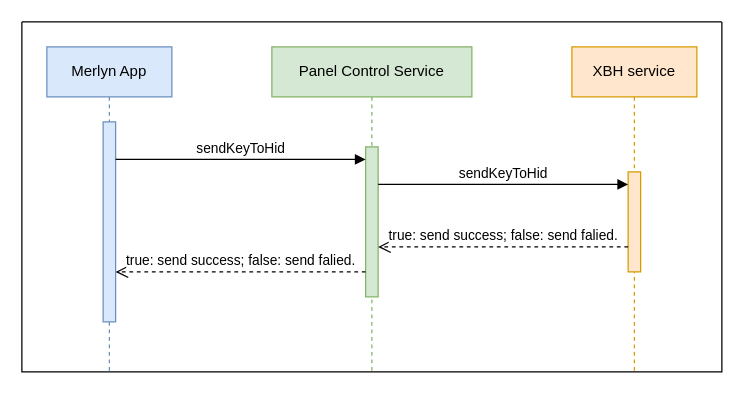
The draw.io diagram prometheanworld_RCU_virtual_keyboard.drawio in windboat/draw.io, before the edit. Source tidied: cells renumbered, new cells numbered last; positions are measured from the earlier drawing's top-left corner, leaving out a move shared by most shapes. Both pictures are drawn from the tidied source at 125%, with x=0, y=0 at pixel (21, 21).
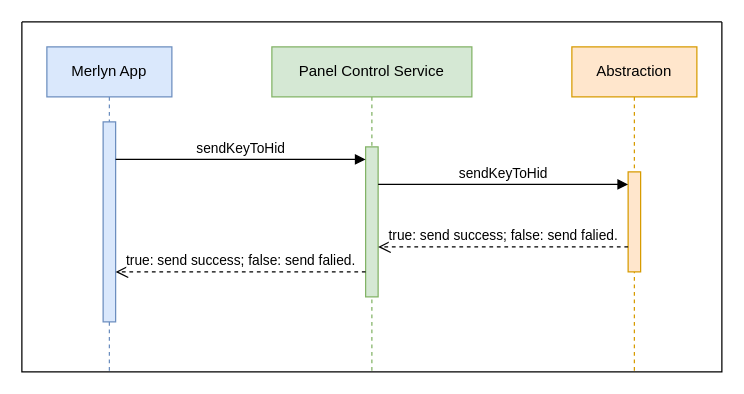
The same diagram, later.

The edit, as a diff of the source:
```diff
@@
 <mxGraphModel>
   <root>
     <mxCell id="0" />
     <mxCell id="1" parent="0" />
     <mxCell id="2" style="swimlane;startSize=0;swimlaneFillColor=none;" parent="1" vertex="1">
       <mxGeometry width="560" height="280" as="geometry" />
     </mxCell>
     <mxCell id="3" value="Merlyn App" style="shape=umlLifeline;perimeter=lifelinePerimeter;whiteSpace=wrap;html=1;newEdgeStyle={&quot;edgeStyle&quot;:&quot;elbowEdgeStyle&quot;,&quot;elbow&quot;:&quot;vertical&quot;,&quot;curved&quot;:0,&quot;rounded&quot;:0};fillColor=#dae8fc;strokeColor=#6c8ebf;" parent="2" vertex="1">
       <mxGeometry x="20" y="20" width="100" height="260" as="geometry" />
     </mxCell>
     <mxCell id="4" style="html=1;perimeter=orthogonalPerimeter;targetShapes=umlLifeline;newEdgeStyle={&quot;edgeStyle&quot;:&quot;elbowEdgeStyle&quot;,&quot;elbow&quot;:&quot;vertical&quot;,&quot;curved&quot;:0,&quot;rounded&quot;:0};fillColor=#dae8fc;strokeColor=#6c8ebf;" parent="3" vertex="1">
       <mxGeometry x="45" y="60" width="10" height="160" as="geometry" />
     </mxCell>
     <mxCell id="5" value="Panel Control Service" style="shape=umlLifeline;perimeter=lifelinePerimeter;whiteSpace=wrap;html=1;newEdgeStyle={&quot;edgeStyle&quot;:&quot;elbowEdgeStyle&quot;,&quot;elbow&quot;:&quot;vertical&quot;,&quot;curved&quot;:0,&quot;rounded&quot;:0};fillColor=#d5e8d4;strokeColor=#82b366;" parent="2" vertex="1">
       <mxGeometry x="200" y="20" width="160" height="260" as="geometry" />
     </mxCell>
     <mxCell id="6" style="html=1;perimeter=orthogonalPerimeter;targetShapes=umlLifeline;newEdgeStyle={&quot;edgeStyle&quot;:&quot;elbowEdgeStyle&quot;,&quot;elbow&quot;:&quot;vertical&quot;,&quot;curved&quot;:0,&quot;rounded&quot;:0};fillColor=#d5e8d4;strokeColor=#82b366;" parent="5" vertex="1">
       <mxGeometry x="75" y="80" width="10" height="120" as="geometry" />
     </mxCell>
-    <mxCell id="7" value="XBH service" style="shape=umlLifeline;perimeter=lifelinePerimeter;whiteSpace=wrap;html=1;newEdgeStyle={&quot;edgeStyle&quot;:&quot;elbowEdgeStyle&quot;,&quot;elbow&quot;:&quot;vertical&quot;,&quot;curved&quot;:0,&quot;rounded&quot;:0};fillColor=#ffe6cc;strokeColor=#d79b00;" parent="2" vertex="1">
+    <mxCell id="7" value="Abstraction" style="shape=umlLifeline;perimeter=lifelinePerimeter;whiteSpace=wrap;html=1;newEdgeStyle={&quot;edgeStyle&quot;:&quot;elbowEdgeStyle&quot;,&quot;elbow&quot;:&quot;vertical&quot;,&quot;curved&quot;:0,&quot;rounded&quot;:0};fillColor=#ffe6cc;strokeColor=#d79b00;" parent="2" vertex="1">
       <mxGeometry x="440" y="20" width="100" height="260" as="geometry" />
     </mxCell>
     <mxCell id="8" style="html=1;perimeter=orthogonalPerimeter;targetShapes=umlLifeline;newEdgeStyle={&quot;edgeStyle&quot;:&quot;elbowEdgeStyle&quot;,&quot;elbow&quot;:&quot;vertical&quot;,&quot;curved&quot;:0,&quot;rounded&quot;:0};fillColor=#ffe6cc;strokeColor=#d79b00;" parent="7" vertex="1">
       <mxGeometry x="45" y="100" width="10" height="80" as="geometry" />
     </mxCell>
     <mxCell id="9" value="sendKeyToHid" style="html=1;verticalAlign=bottom;endArrow=block;edgeStyle=elbowEdgeStyle;elbow=horizontal;curved=0;rounded=0;" parent="2" edge="1">
       <mxGeometry relative="1" as="geometry">
         <mxPoint x="75" y="110" as="sourcePoint" />
         <mxPoint x="275" y="110" as="targetPoint" />
       </mxGeometry>
     </mxCell>
     <mxCell id="10" value="sendKeyToHid" style="html=1;verticalAlign=bottom;endArrow=block;edgeStyle=elbowEdgeStyle;elbow=vertical;curved=0;rounded=0;" parent="2" edge="1">
       <mxGeometry relative="1" as="geometry">
         <mxPoint x="285" y="130" as="sourcePoint" />
         <mxPoint x="485" y="130" as="targetPoint" />
       </mxGeometry>
     </mxCell>
     <mxCell id="11" value="true: send success; false: send falied." style="html=1;verticalAlign=bottom;endArrow=open;dashed=1;endSize=8;edgeStyle=elbowEdgeStyle;elbow=vertical;curved=0;rounded=0;" parent="2" edge="1">
       <mxGeometry relative="1" as="geometry">
         <mxPoint x="485" y="180" as="sourcePoint" />
         <mxPoint x="285" y="180" as="targetPoint" />
       </mxGeometry>
     </mxCell>
     <mxCell id="12" value="true: send success; false: send falied." style="html=1;verticalAlign=bottom;endArrow=open;dashed=1;endSize=8;edgeStyle=elbowEdgeStyle;elbow=vertical;curved=0;rounded=0;" parent="2" edge="1">
       <mxGeometry relative="1" as="geometry">
         <mxPoint x="275" y="200" as="sourcePoint" />
         <mxPoint x="75" y="200" as="targetPoint" />
       </mxGeometry>
     </mxCell>
   </root>
 </mxGraphModel>
```
